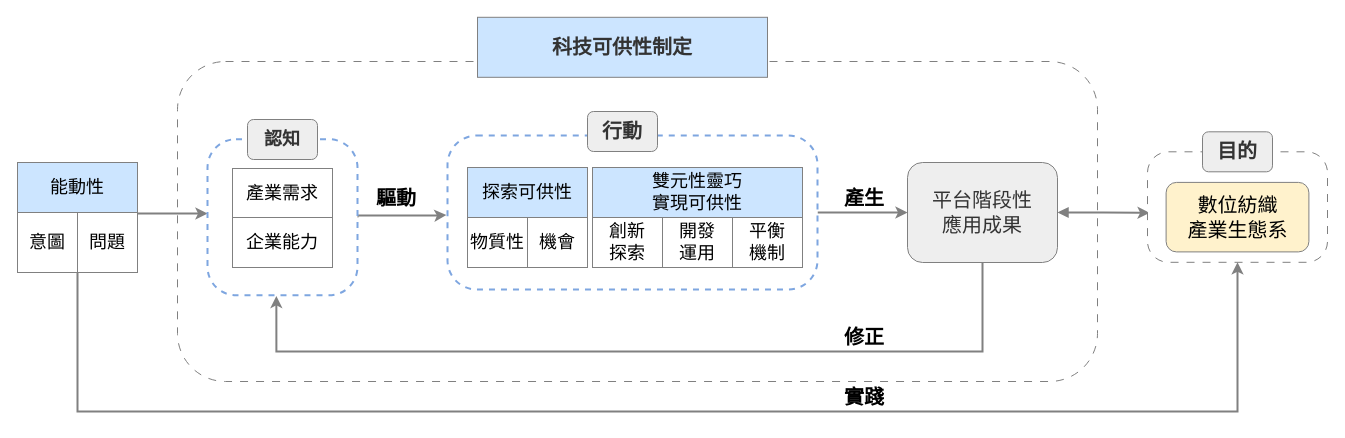
This is 論文ver1/圖片/frontier enactment theroy_v8.drawio from carina419/NTUST, a draw.io file, before an edit. Source tidied: cells renumbered, new cells numbered last; positions are measured from the earlier drawing's top-left corner, leaving out a move shared by most shapes. Both pictures are drawn from the tidied source at 100%, with x=0, y=0 at pixel (17, 17).
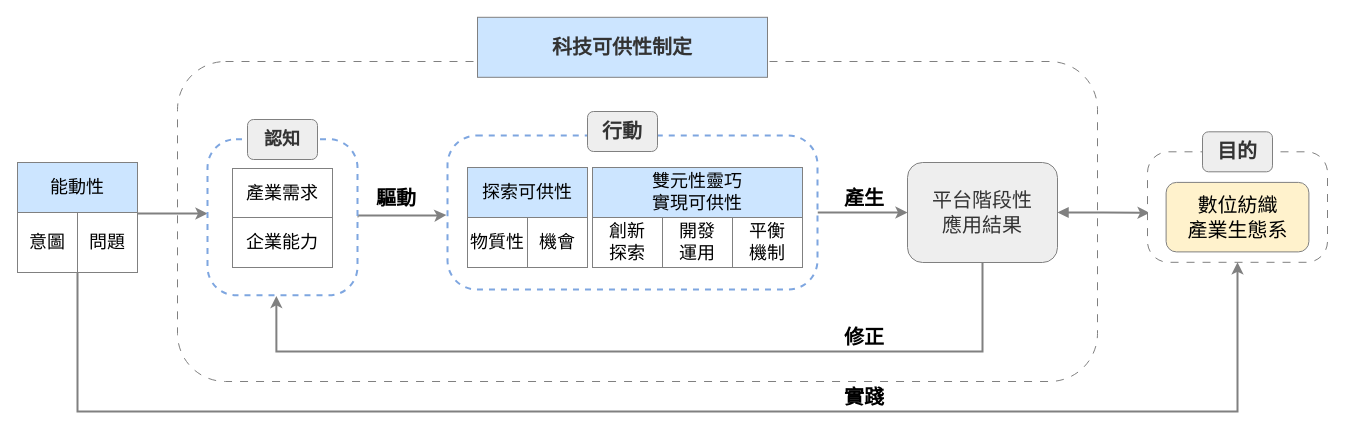
After the change.

The edit, as a diff of the source:
```diff
@@
-    <mxCell id="11" value="&lt;font style=&quot;font-size: 20px;&quot; color=&quot;#333333&quot;&gt;平台階段性&lt;/font&gt;&lt;div&gt;&lt;font style=&quot;font-size: 20px;&quot; color=&quot;#333333&quot;&gt;應用成果&lt;/font&gt;&lt;/div&gt;" style="rounded=1;whiteSpace=wrap;html=1;strokeColor=#808080;fillColor=#eeeeee;fontFamily=標楷體;fontSize=18;fontStyle=0;align=center;verticalAlign=middle;fontColor=default;" parent="1" vertex="1">
+    <mxCell id="11" value="&lt;font style=&quot;font-size: 20px;&quot; color=&quot;#333333&quot;&gt;平台階段性&lt;/font&gt;&lt;div&gt;&lt;font style=&quot;font-size: 20px;&quot; color=&quot;#333333&quot;&gt;應用結果&lt;/font&gt;&lt;/div&gt;" style="rounded=1;whiteSpace=wrap;html=1;strokeColor=#808080;fillColor=#eeeeee;fontFamily=標楷體;fontSize=18;fontStyle=0;align=center;verticalAlign=middle;fontColor=default;" parent="1" vertex="1">
       <mxGeometry x="890" y="145" width="150" height="100" as="geometry" />
     </mxCell>
```
